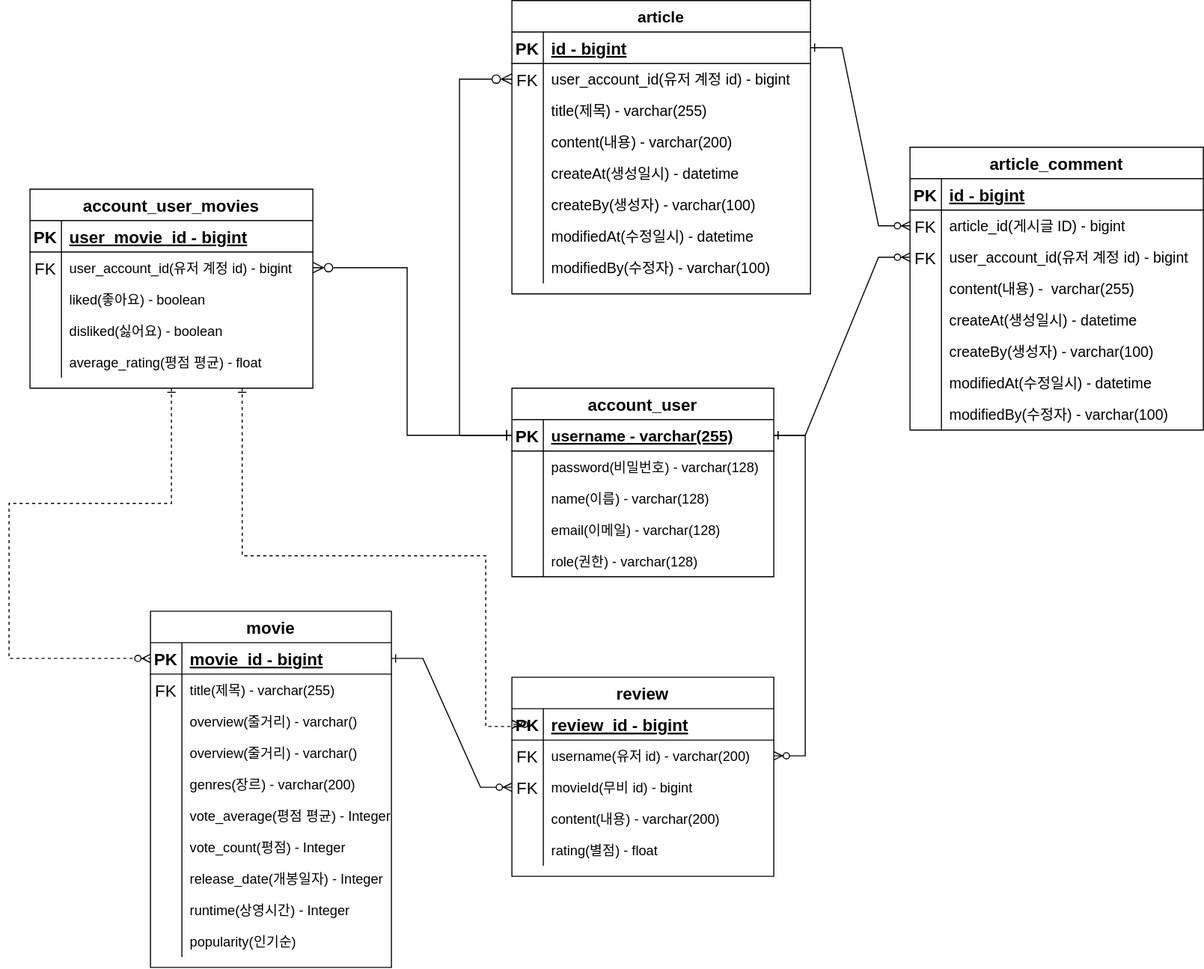
Above: document/movie-review-erd.svg in noeseungmin/heloay (draw.io), before the change. Source tidied: cells renumbered, new cells last; positions are measured from the earlier drawing's top-left corner, leaving out a move shared by most shapes.
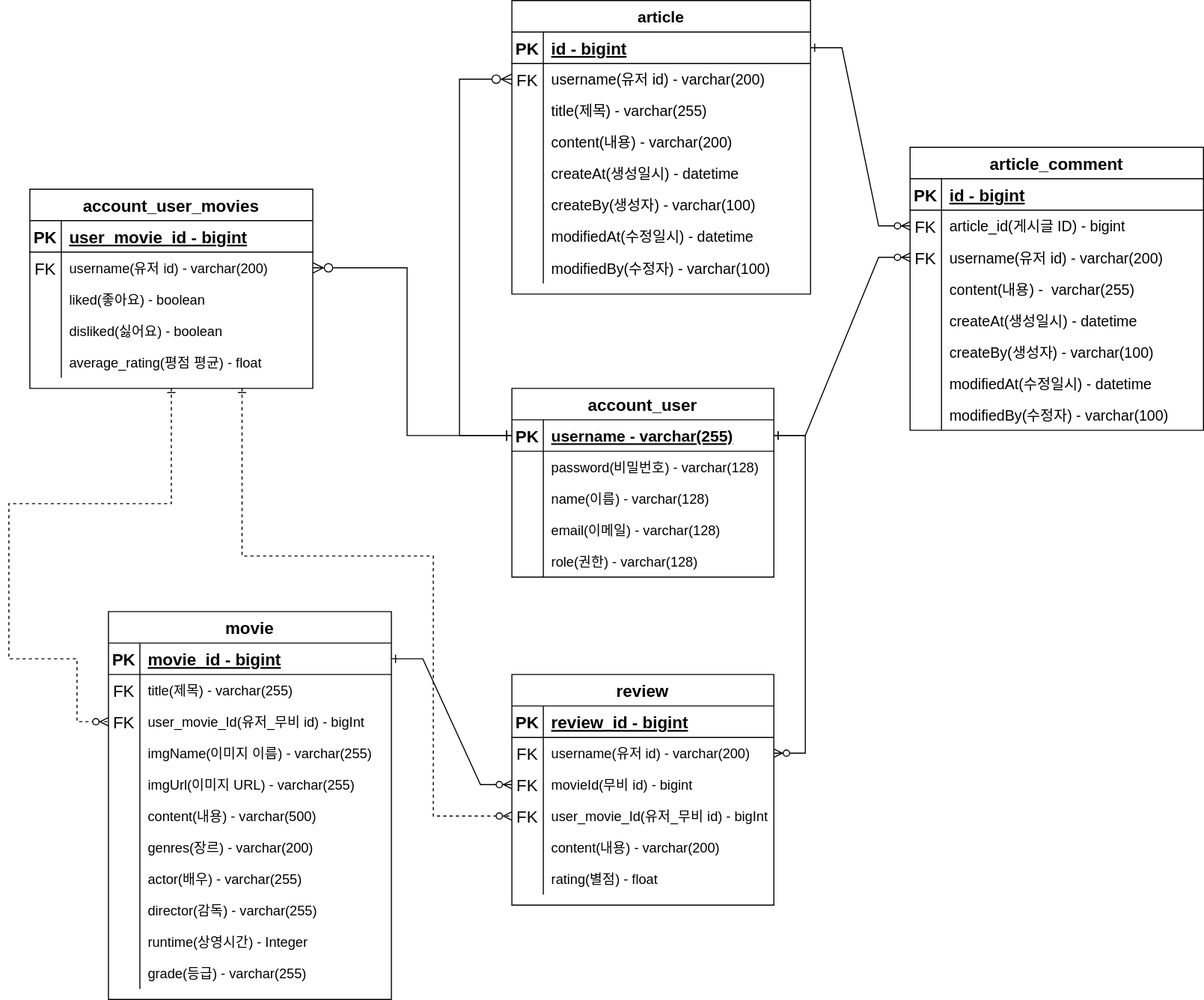
After the change.

The edit, as a diff of the source:
```diff
@@ -2,112 +2,119 @@
   <root>
     <mxCell id="0" />
     <mxCell id="1" parent="0" />
-    <mxCell id="2" style="edgeStyle=orthogonalEdgeStyle;endArrow=ERzeroToMany;startArrow=ERone;endFill=1;startFill=0;rounded=0;fontSize=12;exitX=0.75;exitY=1;exitDx=0;exitDy=0;dashed=1;entryX=0;entryY=0.5;entryDx=0;entryDy=0;" parent="1" edge="1" source="119" target="35">
+    <mxCell id="2" style="edgeStyle=orthogonalEdgeStyle;endArrow=ERzeroToMany;startArrow=ERone;endFill=1;startFill=0;rounded=0;fontSize=12;exitX=0.75;exitY=1;exitDx=0;exitDy=0;dashed=1;entryX=0;entryY=0.5;entryDx=0;entryDy=0;" parent="1" edge="1" source="119" target="44">
       <mxGeometry relative="1" as="geometry">
         <Array as="points">
           <mxPoint x="223" y="530" />
-          <mxPoint x="455" y="530" />
-          <mxPoint x="455" y="693" />
-          <mxPoint x="500" y="693" />
-          <mxPoint x="500" y="691" />
+          <mxPoint x="405" y="530" />
+          <mxPoint x="405" y="778" />
         </Array>
       </mxGeometry>
     </mxCell>
     <mxCell id="3" value="movie" style="shape=table;startSize=30;rowLines=0;fontStyle=1;align=center;fontSize=16;" parent="1" vertex="1">
-      <mxGeometry x="135" y="583" width="230" height="340" as="geometry" />
+      <mxGeometry x="95" y="583" width="270" height="370" as="geometry" />
     </mxCell>
     <mxCell id="4" style="shape=partialRectangle;fillColor=none;points=[[0,0.5],[1,0.5]];portConstraint=eastwest;top=0;left=0;right=0;bottom=1;fontSize=16;" parent="3" vertex="1">
-      <mxGeometry y="30" width="230" height="30" as="geometry" />
+      <mxGeometry y="30" width="270" height="30" as="geometry" />
     </mxCell>
     <mxCell id="5" value="PK" style="shape=partialRectangle;overflow=hidden;fillColor=none;top=0;left=0;bottom=0;right=0;fontStyle=1;fontSize=16;" parent="4" vertex="1">
       <mxGeometry width="30" height="30" as="geometry" />
     </mxCell>
     <mxCell id="6" value="movie_id - bigint" style="shape=partialRectangle;overflow=hidden;fillColor=none;top=0;left=0;bottom=0;right=0;align=left;spacingLeft=6;fontStyle=5;fontSize=16;" parent="4" vertex="1">
-      <mxGeometry x="30" width="200" height="30" as="geometry" />
+      <mxGeometry x="30" width="240" height="30" as="geometry" />
     </mxCell>
     <mxCell id="7" style="shape=partialRectangle;fillColor=none;top=0;left=0;right=0;bottom=0;fontSize=16;" parent="3" vertex="1">
-      <mxGeometry y="60" width="230" height="30" as="geometry" />
+      <mxGeometry y="60" width="270" height="30" as="geometry" />
     </mxCell>
     <mxCell id="8" value="FK" style="shape=partialRectangle;overflow=hidden;fillColor=none;top=0;left=0;bottom=0;right=0;fontSize=16;" parent="7" vertex="1">
       <mxGeometry width="30" height="30" as="geometry" />
     </mxCell>
     <mxCell id="9" value="title(제목) - varchar(255)" style="shape=partialRectangle;overflow=hidden;fillColor=none;top=0;left=0;bottom=0;right=0;align=left;spacingLeft=6;fontSize=13;" parent="7" vertex="1">
-      <mxGeometry x="30" width="200" height="30" as="geometry" />
+      <mxGeometry x="30" width="240" height="30" as="geometry" />
     </mxCell>
+    <mxCell id="139" style="shape=partialRectangle;fillColor=none;points=[[0,0.5],[1,0.5]];portConstraint=eastwest;top=0;left=0;right=0;bottom=0;fontSize=16;" parent="3" vertex="1">
+      <mxGeometry y="90" width="270" height="30" as="geometry" />
+    </mxCell>
+    <mxCell id="140" value="FK" style="shape=partialRectangle;overflow=hidden;fillColor=none;top=0;left=0;bottom=0;right=0;fontSize=16;" parent="139" vertex="1">
+      <mxGeometry width="30" height="30" as="geometry" />
+    </mxCell>
+    <mxCell id="141" value="user_movie_Id(유저_무비 id) - bigInt" style="shape=partialRectangle;overflow=hidden;fillColor=none;top=0;left=0;bottom=0;right=0;align=left;spacingLeft=6;fontSize=13;" parent="139" vertex="1">
+      <mxGeometry x="30" width="240" height="30" as="geometry" />
+    </mxCell>
     <mxCell id="10" style="shape=partialRectangle;fillColor=none;top=0;left=0;right=0;bottom=0;fontSize=16;" parent="3" vertex="1">
-      <mxGeometry y="90" width="230" height="30" as="geometry" />
+      <mxGeometry y="120" width="270" height="30" as="geometry" />
     </mxCell>
     <mxCell id="11" style="shape=partialRectangle;overflow=hidden;fillColor=none;top=0;left=0;bottom=0;right=0;fontSize=16;" parent="10" vertex="1">
       <mxGeometry width="30" height="30" as="geometry" />
     </mxCell>
-    <mxCell id="12" value="overview(줄거리) - varchar()" style="shape=partialRectangle;overflow=hidden;fillColor=none;top=0;left=0;bottom=0;right=0;align=left;spacingLeft=6;fontSize=13;" parent="10" vertex="1">
-      <mxGeometry x="30" width="200" height="30" as="geometry" />
+    <mxCell id="12" value="imgName(이미지 이름) - varchar(255)" style="shape=partialRectangle;overflow=hidden;fillColor=none;top=0;left=0;bottom=0;right=0;align=left;spacingLeft=6;fontSize=13;" parent="10" vertex="1">
+      <mxGeometry x="30" width="240" height="30" as="geometry" />
     </mxCell>
+    <mxCell id="142" style="shape=partialRectangle;fillColor=none;top=0;left=0;right=0;bottom=0;fontSize=16;" parent="3" vertex="1">
+      <mxGeometry y="150" width="270" height="30" as="geometry" />
+    </mxCell>
+    <mxCell id="143" style="shape=partialRectangle;overflow=hidden;fillColor=none;top=0;left=0;bottom=0;right=0;fontSize=16;" parent="142" vertex="1">
+      <mxGeometry width="30" height="30" as="geometry" />
+    </mxCell>
+    <mxCell id="144" value="imgUrl(이미지 URL) - varchar(255)" style="shape=partialRectangle;overflow=hidden;fillColor=none;top=0;left=0;bottom=0;right=0;align=left;spacingLeft=6;fontSize=13;" parent="142" vertex="1">
+      <mxGeometry x="30" width="240" height="30" as="geometry" />
+    </mxCell>
     <mxCell id="13" style="shape=partialRectangle;fillColor=none;top=0;left=0;right=0;bottom=0;fontSize=16;" parent="3" vertex="1">
-      <mxGeometry y="120" width="230" height="30" as="geometry" />
+      <mxGeometry y="180" width="270" height="30" as="geometry" />
     </mxCell>
     <mxCell id="14" style="shape=partialRectangle;overflow=hidden;fillColor=none;top=0;left=0;bottom=0;right=0;fontSize=16;" parent="13" vertex="1">
       <mxGeometry width="30" height="30" as="geometry" />
     </mxCell>
-    <mxCell id="15" value="overview(줄거리) - varchar()" style="shape=partialRectangle;overflow=hidden;fillColor=none;top=0;left=0;bottom=0;right=0;align=left;spacingLeft=6;fontSize=13;" parent="13" vertex="1">
-      <mxGeometry x="30" width="200" height="30" as="geometry" />
+    <mxCell id="15" value="content(내용) - varchar(500)" style="shape=partialRectangle;overflow=hidden;fillColor=none;top=0;left=0;bottom=0;right=0;align=left;spacingLeft=6;fontSize=13;" parent="13" vertex="1">
+      <mxGeometry x="30" width="240" height="30" as="geometry" />
     </mxCell>
     <mxCell id="16" style="shape=partialRectangle;fillColor=none;top=0;left=0;right=0;bottom=0;fontSize=16;" parent="3" vertex="1">
-      <mxGeometry y="150" width="230" height="30" as="geometry" />
+      <mxGeometry y="210" width="270" height="30" as="geometry" />
     </mxCell>
     <mxCell id="17" style="shape=partialRectangle;overflow=hidden;fillColor=none;top=0;left=0;bottom=0;right=0;fontSize=16;" parent="16" vertex="1">
       <mxGeometry width="30" height="30" as="geometry" />
     </mxCell>
     <mxCell id="18" value="genres(장르) - varchar(200)" style="shape=partialRectangle;overflow=hidden;fillColor=none;top=0;left=0;bottom=0;right=0;align=left;spacingLeft=6;fontSize=13;" parent="16" vertex="1">
-      <mxGeometry x="30" width="200" height="30" as="geometry" />
+      <mxGeometry x="30" width="240" height="30" as="geometry" />
     </mxCell>
     <mxCell id="19" style="shape=partialRectangle;fillColor=none;top=0;left=0;right=0;bottom=0;fontSize=16;" parent="3" vertex="1">
-      <mxGeometry y="180" width="230" height="30" as="geometry" />
+      <mxGeometry y="240" width="270" height="30" as="geometry" />
     </mxCell>
     <mxCell id="20" style="shape=partialRectangle;overflow=hidden;fillColor=none;top=0;left=0;bottom=0;right=0;fontSize=16;" parent="19" vertex="1">
       <mxGeometry width="30" height="30" as="geometry" />
     </mxCell>
-    <mxCell id="21" value="vote_average(평점 평균) - Integer" style="shape=partialRectangle;overflow=hidden;fillColor=none;top=0;left=0;bottom=0;right=0;align=left;spacingLeft=6;fontSize=13;" parent="19" vertex="1">
-      <mxGeometry x="30" width="200" height="30" as="geometry" />
+    <mxCell id="21" value="actor(배우) - varchar(255)" style="shape=partialRectangle;overflow=hidden;fillColor=none;top=0;left=0;bottom=0;right=0;align=left;spacingLeft=6;fontSize=13;" parent="19" vertex="1">
+      <mxGeometry x="30" width="240" height="30" as="geometry" />
     </mxCell>
     <mxCell id="22" style="shape=partialRectangle;fillColor=none;top=0;left=0;right=0;bottom=0;fontSize=16;" parent="3" vertex="1">
-      <mxGeometry y="210" width="230" height="30" as="geometry" />
+      <mxGeometry y="270" width="270" height="30" as="geometry" />
     </mxCell>
     <mxCell id="23" style="shape=partialRectangle;overflow=hidden;fillColor=none;top=0;left=0;bottom=0;right=0;fontSize=16;" parent="22" vertex="1">
       <mxGeometry width="30" height="30" as="geometry" />
     </mxCell>
-    <mxCell id="24" value="vote_count(평점) - Integer" style="shape=partialRectangle;overflow=hidden;fillColor=none;top=0;left=0;bottom=0;right=0;align=left;spacingLeft=6;fontSize=13;" parent="22" vertex="1">
-      <mxGeometry x="30" width="200" height="30" as="geometry" />
+    <mxCell id="24" value="director(감독) - varchar(255)" style="shape=partialRectangle;overflow=hidden;fillColor=none;top=0;left=0;bottom=0;right=0;align=left;spacingLeft=6;fontSize=13;" parent="22" vertex="1">
+      <mxGeometry x="30" width="240" height="30" as="geometry" />
     </mxCell>
     <mxCell id="25" style="shape=partialRectangle;fillColor=none;top=0;left=0;right=0;bottom=0;fontSize=16;" parent="3" vertex="1">
-      <mxGeometry y="240" width="230" height="30" as="geometry" />
+      <mxGeometry y="300" width="270" height="30" as="geometry" />
     </mxCell>
     <mxCell id="26" style="shape=partialRectangle;overflow=hidden;fillColor=none;top=0;left=0;bottom=0;right=0;fontSize=16;" parent="25" vertex="1">
       <mxGeometry width="30" height="30" as="geometry" />
     </mxCell>
-    <mxCell id="27" value="release_date(개봉일자) - Integer" style="shape=partialRectangle;overflow=hidden;fillColor=none;top=0;left=0;bottom=0;right=0;align=left;spacingLeft=6;fontSize=13;" parent="25" vertex="1">
-      <mxGeometry x="30" width="200" height="30" as="geometry" />
+    <mxCell id="27" value="runtime(상영시간) - Integer" style="shape=partialRectangle;overflow=hidden;fillColor=none;top=0;left=0;bottom=0;right=0;align=left;spacingLeft=6;fontSize=13;" parent="25" vertex="1">
+      <mxGeometry x="30" width="240" height="30" as="geometry" />
     </mxCell>
     <mxCell id="28" style="shape=partialRectangle;fillColor=none;top=0;left=0;right=0;bottom=0;fontSize=16;" parent="3" vertex="1">
-      <mxGeometry y="270" width="230" height="30" as="geometry" />
+      <mxGeometry y="330" width="270" height="30" as="geometry" />
     </mxCell>
     <mxCell id="29" style="shape=partialRectangle;overflow=hidden;fillColor=none;top=0;left=0;bottom=0;right=0;fontSize=16;" parent="28" vertex="1">
       <mxGeometry width="30" height="30" as="geometry" />
     </mxCell>
-    <mxCell id="30" value="runtime(상영시간) - Integer" style="shape=partialRectangle;overflow=hidden;fillColor=none;top=0;left=0;bottom=0;right=0;align=left;spacingLeft=6;fontSize=13;" parent="28" vertex="1">
-      <mxGeometry x="30" width="200" height="30" as="geometry" />
+    <mxCell id="30" style="shape=partialRectangle;overflow=hidden;fillColor=none;top=0;left=0;bottom=0;right=0;align=left;spacingLeft=6;fontSize=13;" parent="28" vertex="1">
+      <mxGeometry x="30" width="240" height="30" as="geometry" />
     </mxCell>
-    <mxCell id="31" style="shape=partialRectangle;fillColor=none;top=0;left=0;right=0;bottom=0;fontSize=16;" parent="3" vertex="1">
-      <mxGeometry y="300" width="230" height="30" as="geometry" />
-    </mxCell>
-    <mxCell id="32" style="shape=partialRectangle;overflow=hidden;fillColor=none;top=0;left=0;bottom=0;right=0;fontSize=16;" parent="31" vertex="1">
-      <mxGeometry width="30" height="30" as="geometry" />
-    </mxCell>
-    <mxCell id="33" value="popularity(인기순)" style="shape=partialRectangle;overflow=hidden;fillColor=none;top=0;left=0;bottom=0;right=0;align=left;spacingLeft=6;fontSize=13;" parent="31" vertex="1">
-      <mxGeometry x="30" width="200" height="30" as="geometry" />
-    </mxCell>
     <mxCell id="34" value="review" style="shape=table;startSize=30;rowLines=0;fontStyle=1;align=center;fontSize=16;" parent="1" vertex="1">
-      <mxGeometry x="480" y="646" width="250" height="190" as="geometry" />
+      <mxGeometry x="480" y="643" width="250" height="220" as="geometry" />
     </mxCell>
     <mxCell id="35" style="shape=partialRectangle;fillColor=none;points=[[0,0.5],[1,0.5]];portConstraint=eastwest;top=0;left=0;right=0;bottom=1;fontSize=16;" parent="34" vertex="1">
       <mxGeometry y="30" width="250" height="30" as="geometry" />
@@ -139,14 +146,23 @@
     <mxCell id="44" style="shape=partialRectangle;fillColor=none;points=[[0,0.5],[1,0.5]];portConstraint=eastwest;top=0;left=0;right=0;bottom=0;fontSize=16;" parent="34" vertex="1">
       <mxGeometry y="120" width="250" height="30" as="geometry" />
     </mxCell>
-    <mxCell id="45" style="shape=partialRectangle;overflow=hidden;fillColor=none;top=0;left=0;bottom=0;right=0;fontSize=16;" parent="44" vertex="1">
+    <mxCell id="45" value="FK" style="shape=partialRectangle;overflow=hidden;fillColor=none;top=0;left=0;bottom=0;right=0;fontSize=16;" parent="44" vertex="1">
       <mxGeometry width="30" height="30" as="geometry" />
     </mxCell>
-    <mxCell id="46" value="content(내용) - varchar(200)" style="shape=partialRectangle;overflow=hidden;fillColor=none;top=0;left=0;bottom=0;right=0;align=left;spacingLeft=6;fontSize=13;" parent="44" vertex="1">
+    <mxCell id="46" value="user_movie_Id(유저_무비 id) - bigInt" style="shape=partialRectangle;overflow=hidden;fillColor=none;top=0;left=0;bottom=0;right=0;align=left;spacingLeft=6;fontSize=13;" parent="44" vertex="1">
       <mxGeometry x="30" width="220" height="30" as="geometry" />
     </mxCell>
+    <mxCell id="145" style="shape=partialRectangle;fillColor=none;top=0;left=0;right=0;bottom=0;fontSize=16;" parent="34" vertex="1">
+      <mxGeometry y="150" width="250" height="30" as="geometry" />
+    </mxCell>
+    <mxCell id="146" style="shape=partialRectangle;overflow=hidden;fillColor=none;top=0;left=0;bottom=0;right=0;fontSize=16;" parent="145" vertex="1">
+      <mxGeometry width="30" height="30" as="geometry" />
+    </mxCell>
+    <mxCell id="147" value="content(내용) - varchar(200)" style="shape=partialRectangle;overflow=hidden;fillColor=none;top=0;left=0;bottom=0;right=0;align=left;spacingLeft=6;fontSize=13;" parent="145" vertex="1">
+      <mxGeometry x="30" width="220" height="30" as="geometry" />
+    </mxCell>
     <mxCell id="47" style="shape=partialRectangle;fillColor=none;top=0;left=0;right=0;bottom=0;fontSize=16;" parent="34" vertex="1">
-      <mxGeometry y="150" width="250" height="30" as="geometry" />
+      <mxGeometry y="180" width="250" height="30" as="geometry" />
     </mxCell>
     <mxCell id="48" style="shape=partialRectangle;overflow=hidden;fillColor=none;top=0;left=0;bottom=0;right=0;fontSize=16;" parent="47" vertex="1">
       <mxGeometry width="30" height="30" as="geometry" />
@@ -220,7 +236,7 @@
     <mxCell id="71" value="FK" style="shape=partialRectangle;overflow=hidden;fillColor=none;top=0;left=0;bottom=0;right=0;fontSize=16;" parent="70" vertex="1">
       <mxGeometry width="30" height="30" as="geometry" />
     </mxCell>
-    <mxCell id="72" value="user_account_id(유저 계정 id) - bigint" style="shape=partialRectangle;overflow=hidden;fillColor=none;top=0;left=0;bottom=0;right=0;align=left;spacingLeft=6;fontSize=14;" parent="70" vertex="1">
+    <mxCell id="72" value="username(유저 id) - varchar(200)" style="shape=partialRectangle;overflow=hidden;fillColor=none;top=0;left=0;bottom=0;right=0;align=left;spacingLeft=6;fontSize=14;" parent="70" vertex="1">
       <mxGeometry x="30" width="255" height="30" as="geometry" />
     </mxCell>
     <mxCell id="73" style="shape=partialRectangle;fillColor=none;top=0;left=0;right=0;bottom=0;fontSize=16;" parent="66" vertex="1">
@@ -304,7 +320,7 @@
     <mxCell id="99" value="FK" style="shape=partialRectangle;overflow=hidden;fillColor=none;top=0;left=0;bottom=0;right=0;fontSize=16;" parent="98" vertex="1">
       <mxGeometry width="30" height="30" as="geometry" />
     </mxCell>
-    <mxCell id="100" value="user_account_id(유저 계정 id) - bigint" style="shape=partialRectangle;overflow=hidden;fillColor=none;top=0;left=0;bottom=0;right=0;align=left;spacingLeft=6;fontSize=14;" parent="98" vertex="1">
+    <mxCell id="100" value="username(유저 id) - varchar(200)" style="shape=partialRectangle;overflow=hidden;fillColor=none;top=0;left=0;bottom=0;right=0;align=left;spacingLeft=6;fontSize=14;" parent="98" vertex="1">
       <mxGeometry x="30" width="250" height="30" as="geometry" />
     </mxCell>
     <mxCell id="101" style="shape=partialRectangle;fillColor=none;top=0;left=0;right=0;bottom=0;fontSize=16;" parent="91" vertex="1">
@@ -384,7 +400,7 @@
     <mxCell id="124" value="FK" style="shape=partialRectangle;overflow=hidden;fillColor=none;top=0;left=0;bottom=0;right=0;fontSize=16;" parent="123" vertex="1">
       <mxGeometry width="30" height="30" as="geometry" />
     </mxCell>
-    <mxCell id="125" value="user_account_id(유저 계정 id) - bigint" style="shape=partialRectangle;overflow=hidden;fillColor=none;top=0;left=0;bottom=0;right=0;align=left;spacingLeft=6;fontSize=13;" parent="123" vertex="1">
+    <mxCell id="125" value="username(유저 id) - varchar(200)" style="shape=partialRectangle;overflow=hidden;fillColor=none;top=0;left=0;bottom=0;right=0;align=left;spacingLeft=6;fontSize=13;" parent="123" vertex="1">
       <mxGeometry x="30" width="240" height="30" as="geometry" />
     </mxCell>
     <mxCell id="126" style="shape=partialRectangle;fillColor=none;top=0;left=0;right=0;bottom=0;fontSize=16;" parent="119" vertex="1">
@@ -422,20 +438,25 @@
         </Array>
       </mxGeometry>
     </mxCell>
-    <mxCell id="136" style="edgeStyle=orthogonalEdgeStyle;endArrow=ERzeroToMany;startArrow=ERone;endFill=1;startFill=0;rounded=0;fontSize=12;exitX=0.5;exitY=1;exitDx=0;exitDy=0;entryX=0;entryY=0.5;entryDx=0;entryDy=0;dashed=1;" parent="1" edge="1" source="119" target="4">
+    <mxCell id="136" style="edgeStyle=orthogonalEdgeStyle;endArrow=ERzeroToMany;startArrow=ERone;endFill=1;startFill=0;rounded=0;fontSize=12;exitX=0.5;exitY=1;exitDx=0;exitDy=0;entryX=0;entryY=0.5;entryDx=0;entryDy=0;dashed=1;" parent="1" edge="1" source="119" target="139">
       <mxGeometry relative="1" as="geometry">
         <Array as="points">
           <mxPoint x="155" y="480" />
           <mxPoint y="480" />
           <mxPoint y="628" />
+          <mxPoint x="65" y="628" />
+          <mxPoint x="65" y="688" />
         </Array>
       </mxGeometry>
     </mxCell>
-    <mxCell id="137" style="edgeStyle=entityRelationEdgeStyle;endArrow=ERzeroToMany;startArrow=ERone;endFill=1;startFill=0;rounded=0;fontSize=12;entryX=1;entryY=0.5;entryDx=0;entryDy=0;exitX=1;exitY=0.5;exitDx=0;exitDy=0;" parent="1" edge="1" source="51" target="38">
+    <mxCell id="137" style="edgeStyle=entityRelationEdgeStyle;endArrow=ERzeroToMany;startArrow=ERone;endFill=1;startFill=0;rounded=0;fontSize=12;exitX=1;exitY=0.5;exitDx=0;exitDy=0;entryX=1;entryY=0.5;entryDx=0;entryDy=0;" parent="1" edge="1" source="51" target="38">
       <mxGeometry relative="1" as="geometry" />
     </mxCell>
     <mxCell id="138" style="edgeStyle=entityRelationEdgeStyle;endArrow=ERzeroToMany;startArrow=ERone;endFill=1;startFill=0;rounded=0;fontSize=12;entryX=0;entryY=0.5;entryDx=0;entryDy=0;exitX=1;exitY=0.5;exitDx=0;exitDy=0;" parent="1" edge="1" source="4" target="41">
       <mxGeometry relative="1" as="geometry" />
     </mxCell>
+    <mxCell id="148" value="grade(등급) - varchar(255)" style="shape=partialRectangle;overflow=hidden;fillColor=none;top=0;left=0;bottom=0;right=0;align=left;spacingLeft=6;fontSize=13;" parent="1" vertex="1">
+      <mxGeometry x="125" y="913" width="240" height="30" as="geometry" />
+    </mxCell>
   </root>
 </mxGraphModel>
```
